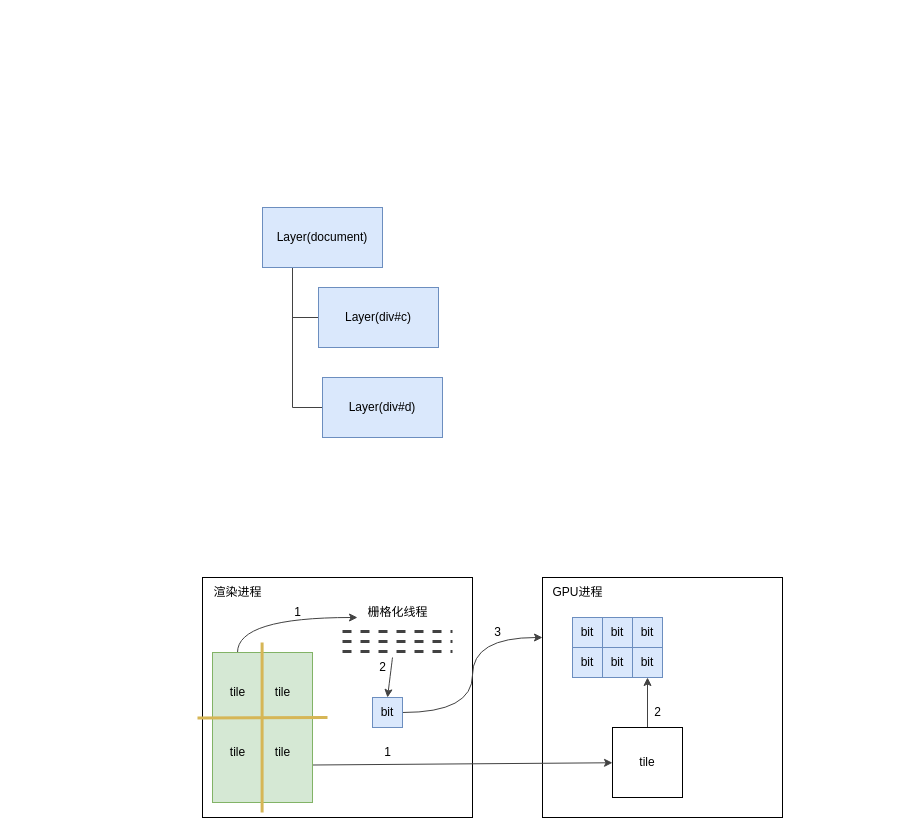
This is page "Layer" (4 of 6) of 未命名绘图.drawio from Smallnuo/Smallnuo.github.io, a draw.io file, before an edit. Source tidied: cells renumbered, new cells numbered last; positions are measured from the earlier drawing's top-left corner, leaving out a move shared by most shapes. Both pictures are drawn from the tidied source at 100%, with x=0, y=0 at pixel (197, 207).
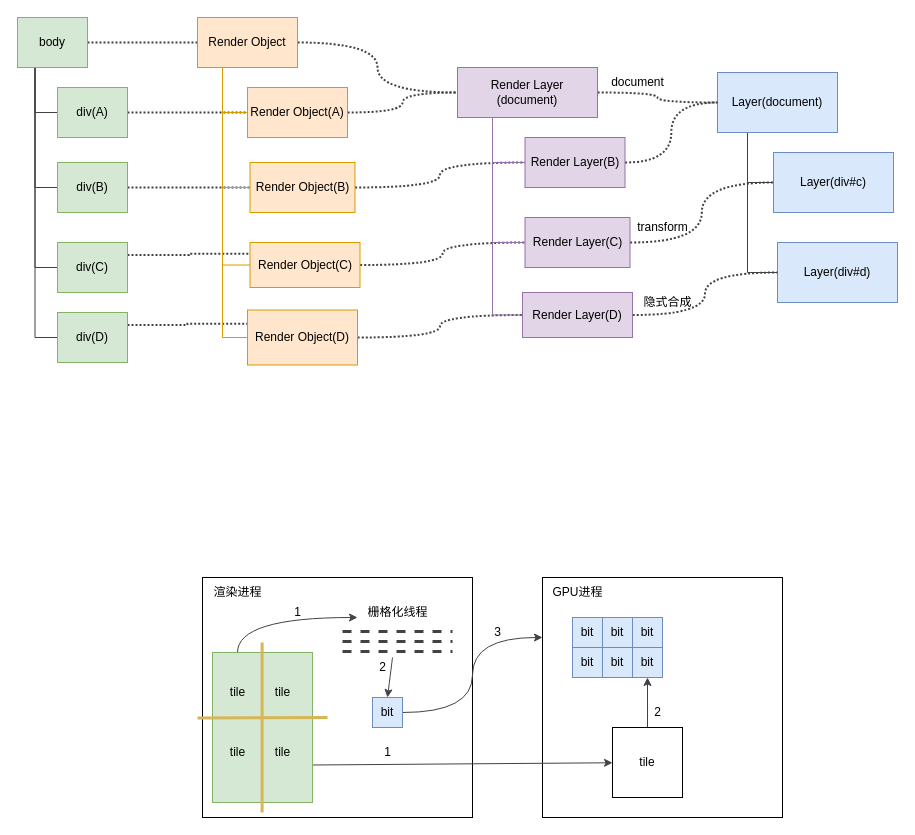
The same page after the edit.

The edit, as a diff of the source:
```diff
@@
     <mxCell id="4" value="Layer(document)" style="rounded=0;whiteSpace=wrap;html=1;fillColor=#dae8fc;strokeColor=#6c8ebf;" parent="1" vertex="1">
-      <mxGeometry x="65" width="120" height="60" as="geometry" />
+      <mxGeometry x="520" y="-135" width="120" height="60" as="geometry" />
     </mxCell>
     <mxCell id="5" value="Layer(div#c)" style="rounded=0;whiteSpace=wrap;html=1;fillColor=#dae8fc;strokeColor=#6c8ebf;" parent="1" vertex="1">
-      <mxGeometry x="121" y="80" width="120" height="60" as="geometry" />
+      <mxGeometry x="576" y="-55" width="120" height="60" as="geometry" />
     </mxCell>
     <mxCell id="6" value="Layer(div#d)" style="rounded=0;whiteSpace=wrap;html=1;fillColor=#dae8fc;strokeColor=#6c8ebf;" parent="1" vertex="1">
-      <mxGeometry x="125" y="170" width="120" height="60" as="geometry" />
+      <mxGeometry x="580" y="35" width="120" height="60" as="geometry" />
     </mxCell>
@@
+    <mxCell id="40" style="edgeStyle=orthogonalEdgeStyle;rounded=0;jettySize=auto;html=1;exitX=0.25;exitY=1;exitDx=0;exitDy=0;entryX=0;entryY=0.5;entryDx=0;entryDy=0;endArrow=none;endFill=0;strokeColor=#424242;" parent="1" edge="1" source="45" target="47">
+      <mxGeometry relative="1" as="geometry" />
+    </mxCell>
+    <mxCell id="41" style="edgeStyle=orthogonalEdgeStyle;rounded=0;jettySize=auto;html=1;exitX=0.25;exitY=1;exitDx=0;exitDy=0;entryX=0;entryY=0.5;entryDx=0;entryDy=0;endArrow=none;endFill=0;strokeColor=#424242;" parent="1" edge="1" source="45" target="49">
+      <mxGeometry relative="1" as="geometry" />
+    </mxCell>
+    <mxCell id="42" style="edgeStyle=orthogonalEdgeStyle;rounded=0;jettySize=auto;html=1;exitX=0.25;exitY=1;exitDx=0;exitDy=0;entryX=0;entryY=0.5;entryDx=0;entryDy=0;endArrow=none;endFill=0;strokeColor=#424242;" parent="1" edge="1" source="45" target="51">
+      <mxGeometry relative="1" as="geometry" />
+    </mxCell>
+    <mxCell id="43" style="edgeStyle=orthogonalEdgeStyle;rounded=0;jettySize=auto;html=1;exitX=0.25;exitY=1;exitDx=0;exitDy=0;entryX=0;entryY=0.5;entryDx=0;entryDy=0;endArrow=none;endFill=0;strokeColor=#424242;" parent="1" edge="1" source="45" target="53">
+      <mxGeometry relative="1" as="geometry" />
+    </mxCell>
+    <mxCell id="44" style="edgeStyle=orthogonalEdgeStyle;rounded=0;jettySize=auto;html=1;exitX=1;exitY=0.5;exitDx=0;exitDy=0;endArrow=none;endFill=0;strokeColor=#424242;dashed=1;dashPattern=1 1;strokeWidth=2;" parent="1" edge="1" source="45" target="59">
+      <mxGeometry relative="1" as="geometry" />
+    </mxCell>
+    <mxCell id="45" value="body" style="rounded=0;whiteSpace=wrap;html=1;fillColor=#d5e8d4;strokeColor=#82b366;" parent="1" vertex="1">
+      <mxGeometry x="-180" y="-190" width="70" height="50" as="geometry" />
+    </mxCell>
+    <mxCell id="46" style="edgeStyle=orthogonalEdgeStyle;rounded=0;jettySize=auto;html=1;exitX=1;exitY=0.5;exitDx=0;exitDy=0;entryX=0;entryY=0.5;entryDx=0;entryDy=0;dashed=1;dashPattern=1 1;endArrow=none;endFill=0;strokeColor=#424242;strokeWidth=2;" parent="1" edge="1" source="47" target="61">
+      <mxGeometry relative="1" as="geometry" />
+    </mxCell>
+    <mxCell id="47" value="div(A)" style="rounded=0;whiteSpace=wrap;html=1;fillColor=#d5e8d4;strokeColor=#82b366;" parent="1" vertex="1">
+      <mxGeometry x="-140" y="-120" width="70" height="50" as="geometry" />
+    </mxCell>
+    <mxCell id="48" style="edgeStyle=orthogonalEdgeStyle;rounded=0;jettySize=auto;html=1;exitX=1;exitY=0.5;exitDx=0;exitDy=0;dashed=1;dashPattern=1 1;endArrow=none;endFill=0;strokeColor=#424242;strokeWidth=2;" parent="1" edge="1" source="49" target="63">
+      <mxGeometry relative="1" as="geometry" />
+    </mxCell>
+    <mxCell id="49" value="div(B)" style="rounded=0;whiteSpace=wrap;html=1;fillColor=#d5e8d4;strokeColor=#82b366;" parent="1" vertex="1">
+      <mxGeometry x="-140" y="-45" width="70" height="50" as="geometry" />
+    </mxCell>
+    <mxCell id="50" style="edgeStyle=orthogonalEdgeStyle;rounded=0;jettySize=auto;html=1;exitX=1;exitY=0.25;exitDx=0;exitDy=0;entryX=0;entryY=0.25;entryDx=0;entryDy=0;dashed=1;dashPattern=1 1;endArrow=none;endFill=0;strokeColor=#424242;strokeWidth=2;" parent="1" edge="1" source="51" target="65">
+      <mxGeometry relative="1" as="geometry" />
+    </mxCell>
+    <mxCell id="51" value="div(C)" style="rounded=0;whiteSpace=wrap;html=1;fillColor=#d5e8d4;strokeColor=#82b366;" parent="1" vertex="1">
+      <mxGeometry x="-140" y="35" width="70" height="50" as="geometry" />
+    </mxCell>
+    <mxCell id="52" style="edgeStyle=orthogonalEdgeStyle;rounded=0;jettySize=auto;html=1;exitX=1;exitY=0.25;exitDx=0;exitDy=0;entryX=0;entryY=0.25;entryDx=0;entryDy=0;dashed=1;dashPattern=1 1;endArrow=none;endFill=0;strokeColor=#424242;strokeWidth=2;" parent="1" edge="1" source="53" target="67">
+      <mxGeometry relative="1" as="geometry" />
+    </mxCell>
+    <mxCell id="53" value="div(D)" style="rounded=0;whiteSpace=wrap;html=1;fillColor=#d5e8d4;strokeColor=#82b366;" parent="1" vertex="1">
+      <mxGeometry x="-140" y="105" width="70" height="50" as="geometry" />
+    </mxCell>
+    <mxCell id="54" style="edgeStyle=orthogonalEdgeStyle;rounded=0;jettySize=auto;html=1;exitX=0.25;exitY=1;exitDx=0;exitDy=0;entryX=0;entryY=0.5;entryDx=0;entryDy=0;endArrow=none;endFill=0;strokeColor=#d79b00;fillColor=#ffe6cc;" parent="1" edge="1" source="59" target="61">
+      <mxGeometry relative="1" as="geometry" />
+    </mxCell>
+    <mxCell id="55" style="edgeStyle=orthogonalEdgeStyle;rounded=0;jettySize=auto;html=1;exitX=0.25;exitY=1;exitDx=0;exitDy=0;entryX=0;entryY=0.5;entryDx=0;entryDy=0;endArrow=none;endFill=0;strokeColor=#d79b00;fillColor=#ffe6cc;" parent="1" edge="1" source="59" target="63">
+      <mxGeometry relative="1" as="geometry" />
+    </mxCell>
+    <mxCell id="56" style="edgeStyle=orthogonalEdgeStyle;rounded=0;jettySize=auto;html=1;exitX=0.25;exitY=1;exitDx=0;exitDy=0;entryX=0;entryY=0.5;entryDx=0;entryDy=0;endArrow=none;endFill=0;strokeColor=#d79b00;fillColor=#ffe6cc;" parent="1" edge="1" source="59" target="65">
+      <mxGeometry relative="1" as="geometry" />
+    </mxCell>
+    <mxCell id="57" style="edgeStyle=orthogonalEdgeStyle;rounded=0;jettySize=auto;html=1;exitX=0.25;exitY=1;exitDx=0;exitDy=0;entryX=0;entryY=0.5;entryDx=0;entryDy=0;endArrow=none;endFill=0;strokeColor=#d79b00;fillColor=#ffe6cc;" parent="1" edge="1" source="59" target="67">
+      <mxGeometry relative="1" as="geometry" />
+    </mxCell>
+    <mxCell id="58" style="edgeStyle=orthogonalEdgeStyle;rounded=0;jettySize=auto;html=1;exitX=1;exitY=0.5;exitDx=0;exitDy=0;entryX=0;entryY=0.5;entryDx=0;entryDy=0;dashed=1;dashPattern=1 1;endArrow=none;endFill=0;strokeColor=#424242;strokeWidth=2;curved=1;" parent="1" edge="1" source="59" target="72">
+      <mxGeometry relative="1" as="geometry" />
+    </mxCell>
+    <mxCell id="59" value="Render Object" style="rounded=0;whiteSpace=wrap;html=1;fillColor=#ffe6cc;strokeColor=#d79b00;" parent="1" vertex="1">
+      <mxGeometry y="-190" width="100" height="50" as="geometry" />
+    </mxCell>
+    <mxCell id="60" style="edgeStyle=orthogonalEdgeStyle;curved=1;rounded=0;jettySize=auto;html=1;exitX=1;exitY=0.5;exitDx=0;exitDy=0;entryX=0;entryY=0.5;entryDx=0;entryDy=0;dashed=1;dashPattern=1 1;endArrow=none;endFill=0;strokeColor=#424242;strokeWidth=2;" parent="1" edge="1" source="61" target="72">
+      <mxGeometry relative="1" as="geometry" />
+    </mxCell>
+    <mxCell id="61" value="Render Object(A)" style="rounded=0;whiteSpace=wrap;html=1;fillColor=#ffe6cc;strokeColor=#d79b00;" parent="1" vertex="1">
+      <mxGeometry x="50" y="-120" width="100" height="50" as="geometry" />
+    </mxCell>
+    <mxCell id="62" style="edgeStyle=orthogonalEdgeStyle;curved=1;rounded=0;jettySize=auto;html=1;exitX=1;exitY=0.5;exitDx=0;exitDy=0;entryX=0;entryY=0.5;entryDx=0;entryDy=0;dashed=1;dashPattern=1 1;endArrow=none;endFill=0;strokeColor=#424242;strokeWidth=2;" parent="1" edge="1" source="63" target="74">
+      <mxGeometry relative="1" as="geometry" />
+    </mxCell>
+    <mxCell id="63" value="Render Object(B)" style="rounded=0;whiteSpace=wrap;html=1;fillColor=#ffe6cc;strokeColor=#d79b00;" parent="1" vertex="1">
+      <mxGeometry x="52.5" y="-45" width="105" height="50" as="geometry" />
+    </mxCell>
+    <mxCell id="64" style="edgeStyle=orthogonalEdgeStyle;curved=1;rounded=0;jettySize=auto;html=1;exitX=1;exitY=0.5;exitDx=0;exitDy=0;dashed=1;dashPattern=1 1;endArrow=none;endFill=0;strokeColor=#424242;strokeWidth=2;" parent="1" edge="1" source="65" target="76">
+      <mxGeometry relative="1" as="geometry" />
+    </mxCell>
+    <mxCell id="65" value="Render Object(C)" style="rounded=0;whiteSpace=wrap;html=1;fillColor=#ffe6cc;strokeColor=#d79b00;" parent="1" vertex="1">
+      <mxGeometry x="52.5" y="35" width="110" height="45" as="geometry" />
+    </mxCell>
+    <mxCell id="66" style="edgeStyle=orthogonalEdgeStyle;curved=1;rounded=0;jettySize=auto;html=1;exitX=1;exitY=0.5;exitDx=0;exitDy=0;entryX=0;entryY=0.5;entryDx=0;entryDy=0;dashed=1;dashPattern=1 1;endArrow=none;endFill=0;strokeColor=#424242;strokeWidth=2;" parent="1" edge="1" source="67" target="78">
+      <mxGeometry relative="1" as="geometry" />
+    </mxCell>
+    <mxCell id="67" value="Render Object(D)" style="rounded=0;whiteSpace=wrap;html=1;fillColor=#ffe6cc;strokeColor=#d79b00;" parent="1" vertex="1">
+      <mxGeometry x="50" y="102.5" width="110" height="55" as="geometry" />
+    </mxCell>
+    <mxCell id="68" style="edgeStyle=orthogonalEdgeStyle;rounded=0;jettySize=auto;html=1;exitX=0.25;exitY=1;exitDx=0;exitDy=0;entryX=0;entryY=0.5;entryDx=0;entryDy=0;endArrow=none;endFill=0;strokeColor=#9673a6;fillColor=#e1d5e7;" parent="1" edge="1" source="72" target="74">
+      <mxGeometry relative="1" as="geometry" />
+    </mxCell>
+    <mxCell id="69" style="edgeStyle=orthogonalEdgeStyle;rounded=0;jettySize=auto;html=1;exitX=0.25;exitY=1;exitDx=0;exitDy=0;entryX=0;entryY=0.5;entryDx=0;entryDy=0;endArrow=none;endFill=0;strokeColor=#9673a6;fillColor=#e1d5e7;" parent="1" edge="1" source="72" target="76">
+      <mxGeometry relative="1" as="geometry" />
+    </mxCell>
+    <mxCell id="70" style="edgeStyle=orthogonalEdgeStyle;rounded=0;jettySize=auto;html=1;exitX=0.25;exitY=1;exitDx=0;exitDy=0;entryX=0;entryY=0.5;entryDx=0;entryDy=0;endArrow=none;endFill=0;strokeColor=#9673a6;fillColor=#e1d5e7;" parent="1" edge="1" source="72" target="78">
+      <mxGeometry relative="1" as="geometry" />
+    </mxCell>
+    <mxCell id="71" style="edgeStyle=orthogonalEdgeStyle;curved=1;rounded=0;jettySize=auto;html=1;exitX=1;exitY=0.5;exitDx=0;exitDy=0;entryX=0;entryY=0.5;entryDx=0;entryDy=0;dashed=1;dashPattern=1 1;endArrow=none;endFill=0;strokeColor=#424242;strokeWidth=2;" parent="1" edge="1" source="72" target="4">
+      <mxGeometry relative="1" as="geometry" />
+    </mxCell>
+    <mxCell id="72" value="Render Layer&lt;br&gt;(document)" style="rounded=0;whiteSpace=wrap;html=1;fillColor=#e1d5e7;strokeColor=#9673a6;" parent="1" vertex="1">
+      <mxGeometry x="260" y="-140" width="140" height="50" as="geometry" />
+    </mxCell>
+    <mxCell id="73" style="edgeStyle=orthogonalEdgeStyle;curved=1;rounded=0;jettySize=auto;html=1;exitX=1;exitY=0.5;exitDx=0;exitDy=0;entryX=0;entryY=0.5;entryDx=0;entryDy=0;dashed=1;dashPattern=1 1;endArrow=none;endFill=0;strokeColor=#424242;strokeWidth=2;" parent="1" edge="1" source="74" target="4">
+      <mxGeometry relative="1" as="geometry" />
+    </mxCell>
+    <mxCell id="74" value="Render Layer(B)" style="rounded=0;whiteSpace=wrap;html=1;fillColor=#e1d5e7;strokeColor=#9673a6;" parent="1" vertex="1">
+      <mxGeometry x="327.5" y="-70" width="100" height="50" as="geometry" />
+    </mxCell>
+    <mxCell id="75" style="edgeStyle=orthogonalEdgeStyle;curved=1;rounded=0;jettySize=auto;html=1;exitX=1;exitY=0.5;exitDx=0;exitDy=0;entryX=0;entryY=0.5;entryDx=0;entryDy=0;dashed=1;dashPattern=1 1;endArrow=none;endFill=0;strokeColor=#424242;strokeWidth=2;" parent="1" edge="1" source="76" target="5">
+      <mxGeometry relative="1" as="geometry" />
+    </mxCell>
+    <mxCell id="76" value="Render Layer(C)" style="rounded=0;whiteSpace=wrap;html=1;fillColor=#e1d5e7;strokeColor=#9673a6;" parent="1" vertex="1">
+      <mxGeometry x="327.5" y="10" width="105" height="50" as="geometry" />
+    </mxCell>
+    <mxCell id="77" style="edgeStyle=orthogonalEdgeStyle;curved=1;rounded=0;jettySize=auto;html=1;exitX=1;exitY=0.5;exitDx=0;exitDy=0;entryX=0;entryY=0.5;entryDx=0;entryDy=0;dashed=1;dashPattern=1 1;endArrow=none;endFill=0;strokeColor=#424242;strokeWidth=2;" parent="1" edge="1" source="78" target="6">
+      <mxGeometry relative="1" as="geometry" />
+    </mxCell>
+    <mxCell id="78" value="Render Layer(D)" style="rounded=0;whiteSpace=wrap;html=1;fillColor=#e1d5e7;strokeColor=#9673a6;" parent="1" vertex="1">
+      <mxGeometry x="325" y="85" width="110" height="45" as="geometry" />
+    </mxCell>
+    <mxCell id="79" value="隐式合成" style="text;html=1;align=center;verticalAlign=middle;strokeColor=none;fillColor=none;" parent="1" vertex="1">
+      <mxGeometry x="435" y="80" width="70" height="30" as="geometry" />
+    </mxCell>
+    <mxCell id="80" value="transform" style="text;html=1;align=center;verticalAlign=middle;strokeColor=none;fillColor=none;" parent="1" vertex="1">
+      <mxGeometry x="430" y="5" width="70" height="30" as="geometry" />
+    </mxCell>
+    <mxCell id="81" value="document" style="text;html=1;align=center;verticalAlign=middle;strokeColor=none;fillColor=none;" parent="1" vertex="1">
+      <mxGeometry x="400" y="-140" width="80" height="30" as="geometry" />
+    </mxCell>
```
